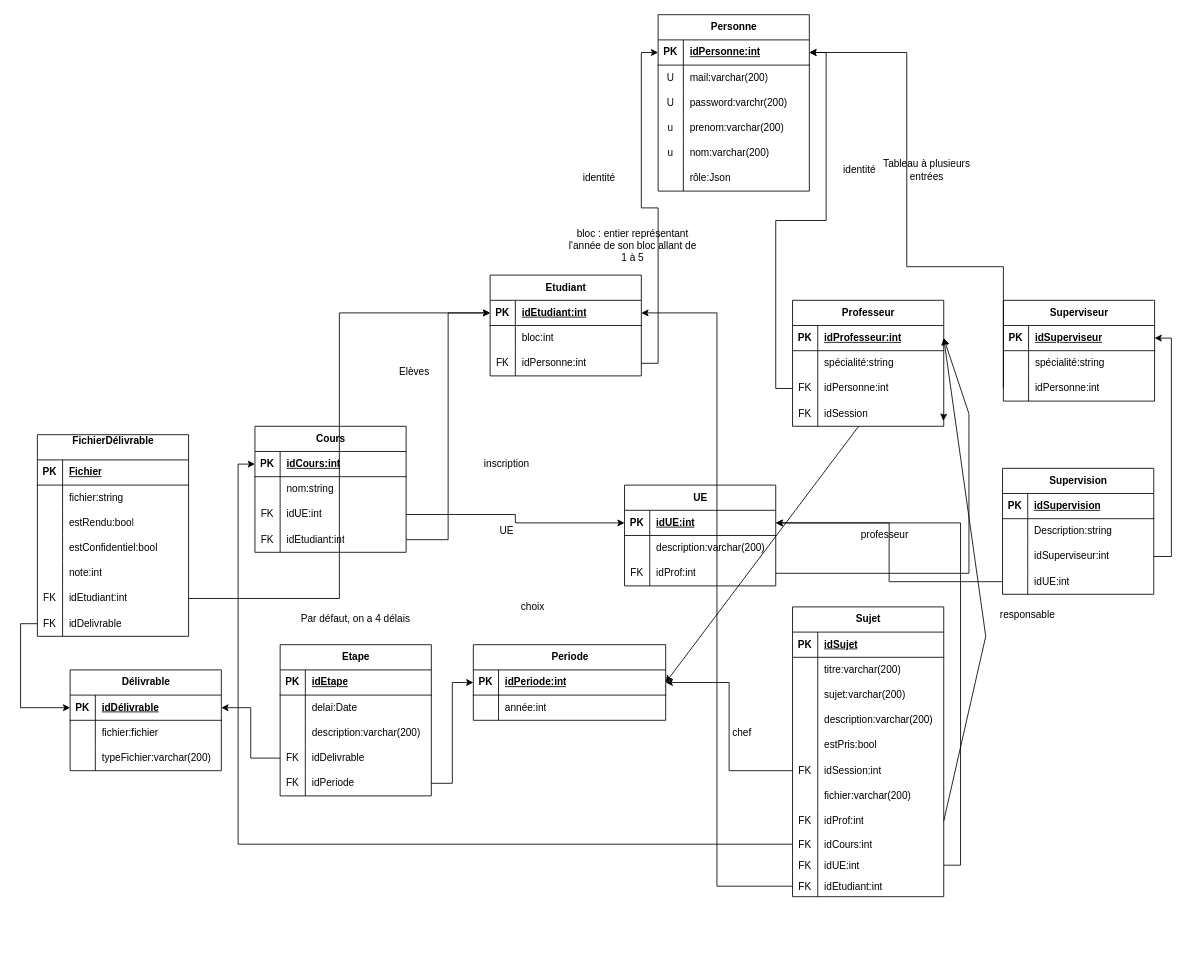
This is page "Schéma relationnel" (1 of 2) of Docs/diagrammes/entiteRelationBD.drawio from Eragon6080/ProjetLogiciel2024, a draw.io file, before an edit. Source tidied: cells renumbered, new cells numbered last; positions are measured from the earlier drawing's top-left corner, leaving out a move shared by most shapes. Both pictures are drawn from the tidied source at 84%, with x=0, y=0 at pixel (37, 14).
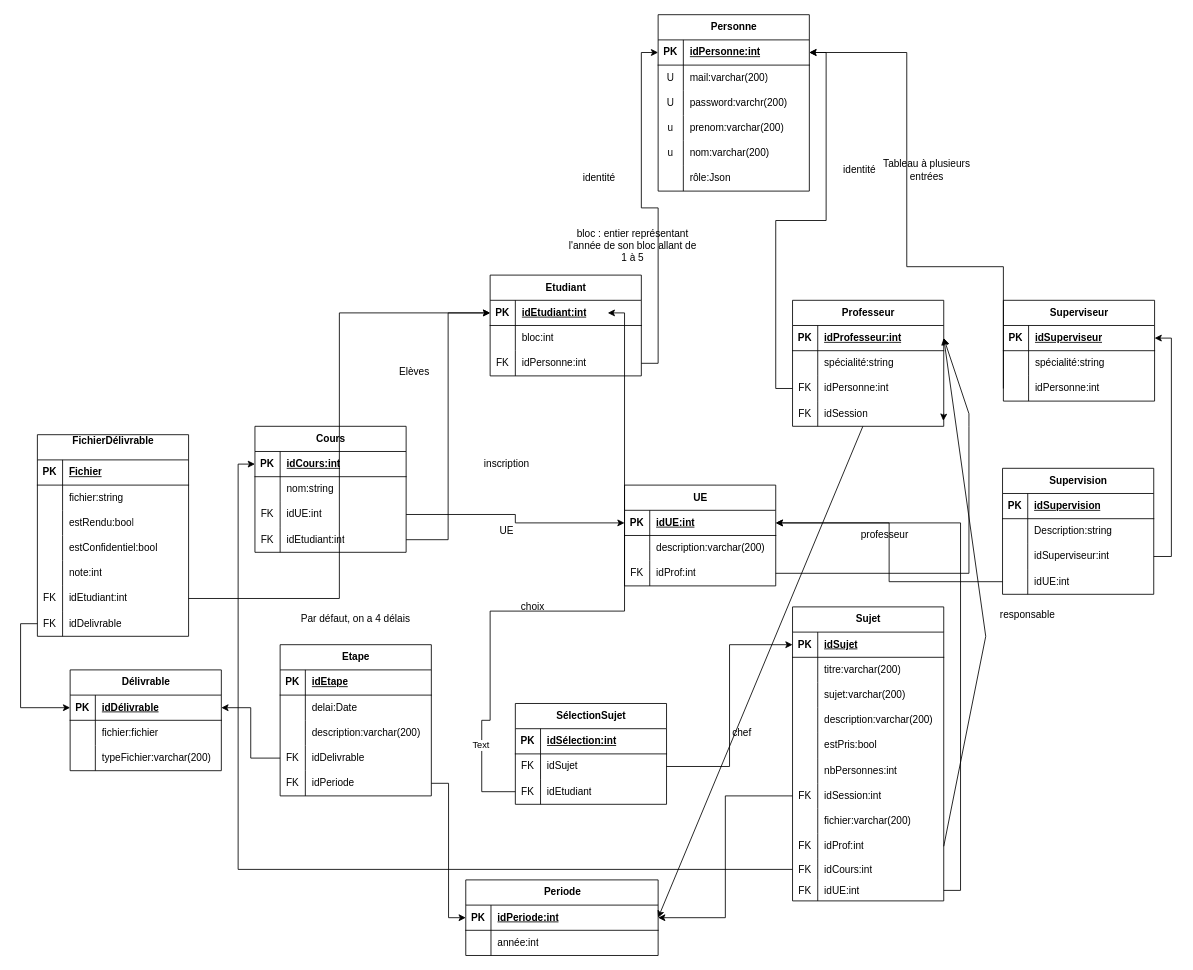
After the change.

Unchanged cells that the change refers to:
```xml
<mxCell id="3" style="shape=tableRow;horizontal=0;startSize=0;swimlaneHead=0;swimlaneBody=0;fillColor=none;points=[[0,0.5],[1,0.5]];portConstraint=eastwest;top=0;left=0;right=0;bottom=1;" parent="2" vertex="1">
  <mxGeometry y="30" width="180" height="30" as="geometry" />
</mxCell>
<mxCell id="73" style="shape=tableRow;horizontal=0;startSize=0;swimlaneHead=0;swimlaneBody=0;fillColor=none;points=[[0,0.5],[1,0.5]];portConstraint=eastwest;top=0;left=0;right=0;bottom=1;" parent="72" vertex="1">
  <mxGeometry y="30" width="180" height="30" as="geometry" />
</mxCell>
```

What changed in the source:
```diff
@@
     <mxCell id="2" value="Sujet" style="shape=table;startSize=30;childLayout=tableLayout;rowLines=0;fontStyle=1;align=center;html=1;" parent="1" vertex="1">
-      <mxGeometry x="899" y="705" width="180" height="345" as="geometry" />
+      <mxGeometry x="899" y="705" width="180" height="350" as="geometry" />
     </mxCell>
@@
+    <mxCell id="211" style="shape=tableRow;horizontal=0;startSize=0;swimlaneHead=0;swimlaneBody=0;fillColor=none;top=0;left=0;right=0;bottom=0;" parent="2" vertex="1">
+      <mxGeometry y="180" width="180" height="30" as="geometry" />
+    </mxCell>
+    <mxCell id="212" style="shape=partialRectangle;fillColor=none;top=0;left=0;bottom=0;right=0;overflow=hidden;whiteSpace=wrap;html=1;" parent="211" vertex="1">
+      <mxGeometry width="30" height="30" as="geometry" />
+    </mxCell>
+    <mxCell id="213" value="nbPersonnes:int" style="shape=partialRectangle;fillColor=none;top=0;left=0;bottom=0;right=0;align=left;spacingLeft=6;overflow=hidden;whiteSpace=wrap;html=1;" parent="211" vertex="1">
+      <mxGeometry x="30" width="150" height="30" as="geometry" />
+    </mxCell>
     <mxCell id="18" style="shape=tableRow;horizontal=0;startSize=0;swimlaneHead=0;swimlaneBody=0;fillColor=none;points=[[0,0.5],[1,0.5]];portConstraint=eastwest;top=0;left=0;right=0;bottom=0;" parent="2" vertex="1">
-      <mxGeometry y="180" width="180" height="30" as="geometry" />
+      <mxGeometry y="210" width="180" height="30" as="geometry" />
     </mxCell>
@@
     <mxCell id="21" style="shape=tableRow;horizontal=0;startSize=0;swimlaneHead=0;swimlaneBody=0;fillColor=none;top=0;left=0;right=0;bottom=0;" parent="2" vertex="1">
-      <mxGeometry y="210" width="180" height="30" as="geometry" />
+      <mxGeometry y="240" width="180" height="30" as="geometry" />
     </mxCell>
@@
     <mxCell id="24" style="shape=tableRow;horizontal=0;startSize=0;swimlaneHead=0;swimlaneBody=0;fillColor=none;points=[[0,0.5],[1,0.5]];portConstraint=eastwest;top=0;left=0;right=0;bottom=0;" parent="2" vertex="1">
-      <mxGeometry y="240" width="180" height="30" as="geometry" />
+      <mxGeometry y="270" width="180" height="30" as="geometry" />
     </mxCell>
@@
     <mxCell id="27" style="shape=tableRow;horizontal=0;startSize=0;swimlaneHead=0;swimlaneBody=0;fillColor=none;points=[[0,0.5],[1,0.5]];portConstraint=eastwest;top=0;left=0;right=0;bottom=0;" parent="2" vertex="1">
-      <mxGeometry y="270" width="180" height="25" as="geometry" />
+      <mxGeometry y="300" width="180" height="25" as="geometry" />
     </mxCell>
@@
     <mxCell id="30" style="shape=tableRow;horizontal=0;startSize=0;swimlaneHead=0;swimlaneBody=0;fillColor=none;points=[[0,0.5],[1,0.5]];portConstraint=eastwest;top=0;left=0;right=0;bottom=0;" parent="2" vertex="1">
-      <mxGeometry y="295" width="180" height="25" as="geometry" />
+      <mxGeometry y="325" width="180" height="25" as="geometry" />
     </mxCell>
@@
-    <mxCell id="33" style="shape=tableRow;horizontal=0;startSize=0;swimlaneHead=0;swimlaneBody=0;fillColor=none;points=[[0,0.5],[1,0.5]];portConstraint=eastwest;top=0;left=0;right=0;bottom=0;" parent="2" vertex="1">
-      <mxGeometry y="320" width="180" height="25" as="geometry" />
-    </mxCell>
-    <mxCell id="34" value="FK" style="shape=partialRectangle;fillColor=none;top=0;left=0;bottom=0;right=0;overflow=hidden;whiteSpace=wrap;html=1;" parent="33" vertex="1">
-      <mxGeometry width="30" height="25" as="geometry" />
-    </mxCell>
-    <mxCell id="35" value="idEtudiant:int" style="shape=partialRectangle;fillColor=none;top=0;left=0;bottom=0;right=0;align=left;spacingLeft=6;overflow=hidden;whiteSpace=wrap;html=1;" parent="33" vertex="1">
-      <mxGeometry x="30" width="150" height="25" as="geometry" />
-    </mxCell>
@@
     <mxCell id="100" value="Periode" style="shape=table;startSize=30;childLayout=tableLayout;rowLines=0;fontStyle=1;align=center;html=1;" parent="1" vertex="1">
-      <mxGeometry x="519" y="750" width="229" height="90" as="geometry" />
+      <mxGeometry x="510" y="1030" width="229" height="90" as="geometry" />
     </mxCell>
@@
-    <mxCell id="186" style="edgeStyle=orthogonalEdgeStyle;rounded=0;jettySize=auto;html=1;exitX=0;exitY=0.5;exitDx=0;exitDy=0;entryX=1;entryY=0.5;entryDx=0;entryDy=0;" parent="1" edge="1" source="33" target="73">
-      <mxGeometry relative="1" as="geometry" />
-    </mxCell>
@@
+    <mxCell id="214" value="SélectionSujet" style="shape=table;startSize=30;childLayout=tableLayout;rowLines=0;fontStyle=1;align=center;html=1;" parent="1" vertex="1">
+      <mxGeometry x="569" y="820" width="180" height="120" as="geometry" />
+    </mxCell>
+    <mxCell id="215" style="shape=tableRow;horizontal=0;startSize=0;swimlaneHead=0;swimlaneBody=0;fillColor=none;top=0;left=0;right=0;bottom=1;" parent="214" vertex="1">
+      <mxGeometry y="30" width="180" height="30" as="geometry" />
+    </mxCell>
+    <mxCell id="216" value="PK" style="shape=partialRectangle;fillColor=none;top=0;left=0;bottom=0;right=0;fontStyle=1;overflow=hidden;whiteSpace=wrap;html=1;" parent="215" vertex="1">
+      <mxGeometry width="30" height="30" as="geometry" />
+    </mxCell>
+    <mxCell id="217" value="idSélection:int" style="shape=partialRectangle;fillColor=none;top=0;left=0;bottom=0;right=0;align=left;spacingLeft=6;fontStyle=5;overflow=hidden;whiteSpace=wrap;html=1;" parent="215" vertex="1">
+      <mxGeometry x="30" width="150" height="30" as="geometry" />
+    </mxCell>
+    <mxCell id="218" style="shape=tableRow;horizontal=0;startSize=0;swimlaneHead=0;swimlaneBody=0;fillColor=none;points=[[0,0.5],[1,0.5]];portConstraint=eastwest;top=0;left=0;right=0;bottom=0;" parent="214" vertex="1">
+      <mxGeometry y="60" width="180" height="30" as="geometry" />
+    </mxCell>
+    <mxCell id="219" value="FK" style="shape=partialRectangle;fillColor=none;top=0;left=0;bottom=0;right=0;overflow=hidden;whiteSpace=wrap;html=1;" parent="218" vertex="1">
+      <mxGeometry width="30" height="30" as="geometry" />
+    </mxCell>
+    <mxCell id="220" value="idSujet" style="shape=partialRectangle;fillColor=none;top=0;left=0;bottom=0;right=0;align=left;spacingLeft=6;overflow=hidden;whiteSpace=wrap;html=1;" parent="218" vertex="1">
+      <mxGeometry x="30" width="150" height="30" as="geometry" />
+    </mxCell>
+    <mxCell id="221" style="shape=tableRow;horizontal=0;startSize=0;swimlaneHead=0;swimlaneBody=0;fillColor=none;points=[[0,0.5],[1,0.5]];portConstraint=eastwest;top=0;left=0;right=0;bottom=0;" parent="214" vertex="1">
+      <mxGeometry y="90" width="180" height="30" as="geometry" />
+    </mxCell>
+    <mxCell id="222" value="FK" style="shape=partialRectangle;fillColor=none;top=0;left=0;bottom=0;right=0;overflow=hidden;whiteSpace=wrap;html=1;" parent="221" vertex="1">
+      <mxGeometry width="30" height="30" as="geometry" />
+    </mxCell>
+    <mxCell id="223" value="idEtudiant" style="shape=partialRectangle;fillColor=none;top=0;left=0;bottom=0;right=0;align=left;spacingLeft=6;overflow=hidden;whiteSpace=wrap;html=1;" parent="221" vertex="1">
+      <mxGeometry x="30" width="150" height="30" as="geometry" />
+    </mxCell>
+    <mxCell id="224" style="edgeStyle=orthogonalEdgeStyle;rounded=0;jettySize=auto;html=1;exitX=1;exitY=0.5;exitDx=0;exitDy=0;" parent="1" edge="1" source="218" target="3">
+      <mxGeometry relative="1" as="geometry" />
+    </mxCell>
+    <mxCell id="225" style="edgeStyle=orthogonalEdgeStyle;rounded=0;jettySize=auto;html=1;" parent="1" edge="1" source="221">
+      <mxGeometry relative="1" as="geometry">
+        <mxPoint x="679" y="355" as="targetPoint" />
+        <Array as="points">
+          <mxPoint x="529" y="925" />
+          <mxPoint x="529" y="840" />
+          <mxPoint x="539" y="840" />
+          <mxPoint x="539" y="710" />
+          <mxPoint x="699" y="710" />
+          <mxPoint x="699" y="355" />
+        </Array>
+      </mxGeometry>
+    </mxCell>
+    <mxCell id="226" value="Text" style="edgeLabel;html=1;align=center;verticalAlign=middle;" parent="225" vertex="1">
+      <mxGeometry x="-0.76" y="2" relative="1" as="geometry" />
+    </mxCell>
```
